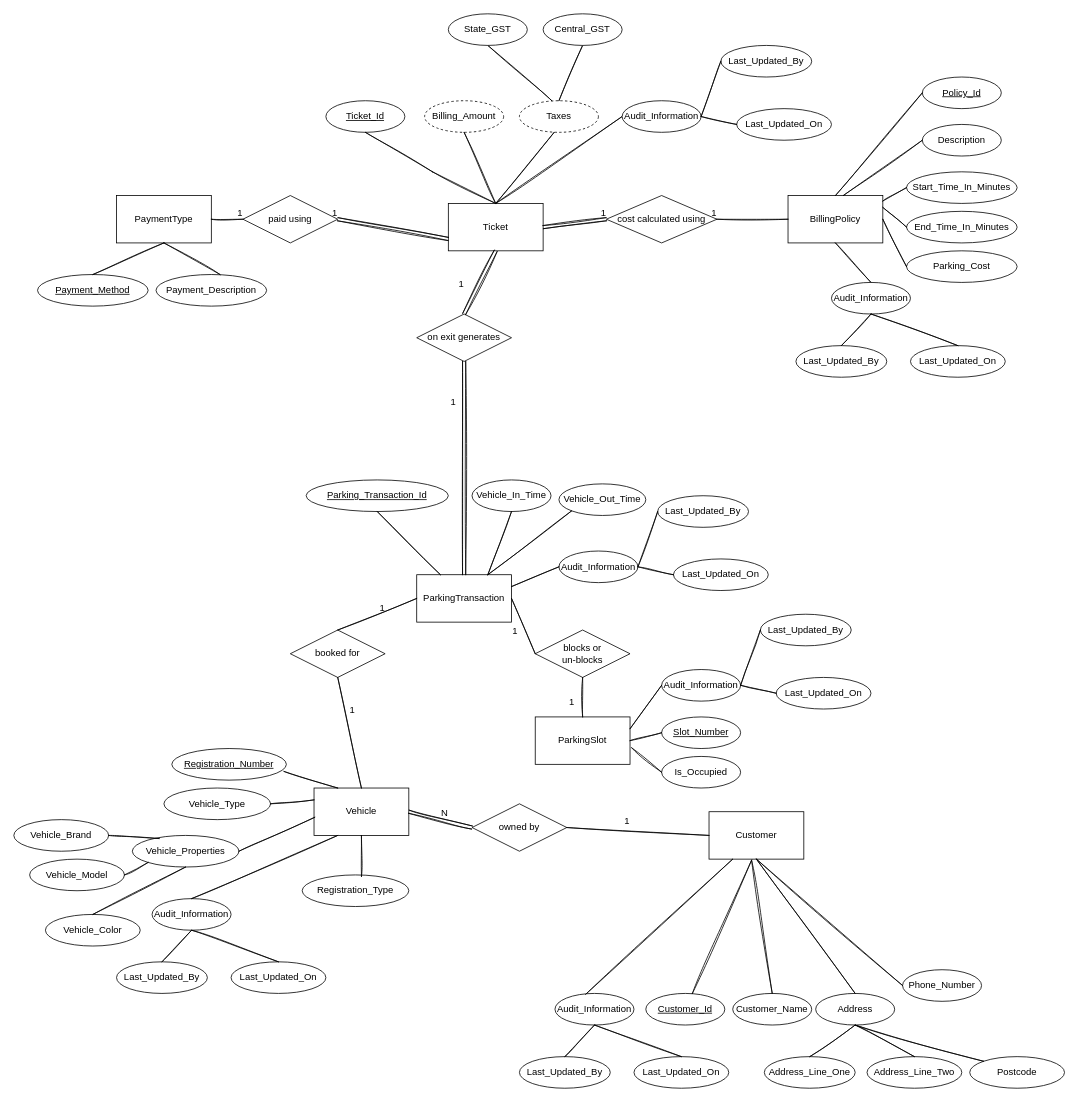
Before: page "ER Diagram" (3 of 4) of Parking.drawio in suhasark/bits-mtech-work, a draw.io diagram. Source tidied: cells renumbered, new cells numbered last; positions are measured from the earlier drawing's top-left corner, leaving out a move shared by most shapes. Both pictures are drawn from the tidied source at 79%, with x=0, y=0 at pixel (13, 13).
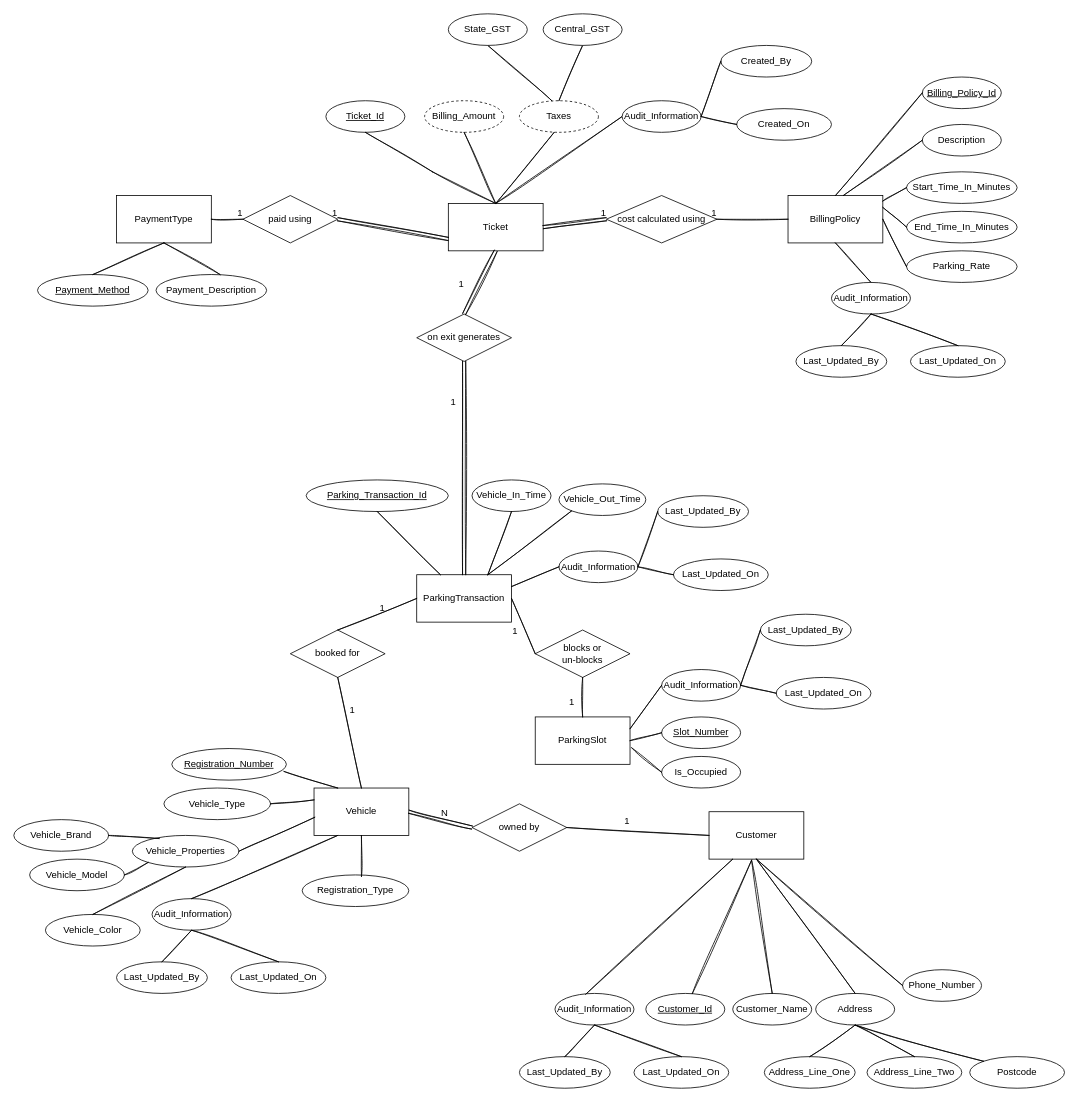
The same page after the edit.

Commit message:
ER with a object/class diagram

Unchanged cells that the change refers to:
```xml
<mxCell id="80" style="group;" parent="1" vertex="1">
  <mxGeometry x="770" y="40" width="265" height="120" as="geometry" />
</mxCell>
<mxCell id="82" style="group;" parent="80" vertex="1">
  <mxGeometry y="70" width="265" height="50" as="geometry" />
</mxCell>
```

The edit, as a diff of the source:
```diff
@@
-    <mxCell id="79" value="Policy_Id" style="ellipse;whiteSpace=wrap;html=1;align=center;fontStyle=4;" parent="1" vertex="1">
+    <mxCell id="79" value="Billing_Policy_Id" style="ellipse;whiteSpace=wrap;html=1;align=center;fontStyle=4;" parent="1" vertex="1">
       <mxGeometry x="1150" y="80" width="100" height="40" as="geometry" />
     </mxCell>
@@
-    <mxCell id="81" value="Last_Updated_By" style="ellipse;whiteSpace=wrap;html=1;align=center;" parent="80" vertex="1">
+    <mxCell id="81" value="Created_By" style="ellipse;whiteSpace=wrap;html=1;align=center;" parent="80" vertex="1">
       <mxGeometry x="125" width="115" height="40" as="geometry" />
     </mxCell>
@@
-    <mxCell id="84" value="Last_Updated_On" style="ellipse;whiteSpace=wrap;html=1;align=center;" parent="82" vertex="1">
+    <mxCell id="84" value="Created_On" style="ellipse;whiteSpace=wrap;html=1;align=center;" parent="82" vertex="1">
       <mxGeometry x="145" y="10" width="120" height="40" as="geometry" />
     </mxCell>
@@
-    <mxCell id="90" value="Parking_Cost" style="ellipse;whiteSpace=wrap;html=1;align=center;" parent="1" vertex="1">
+    <mxCell id="90" value="Parking_Rate" style="ellipse;whiteSpace=wrap;html=1;align=center;" parent="1" vertex="1">
       <mxGeometry x="1130" y="300" width="140" height="40" as="geometry" />
     </mxCell>
```
